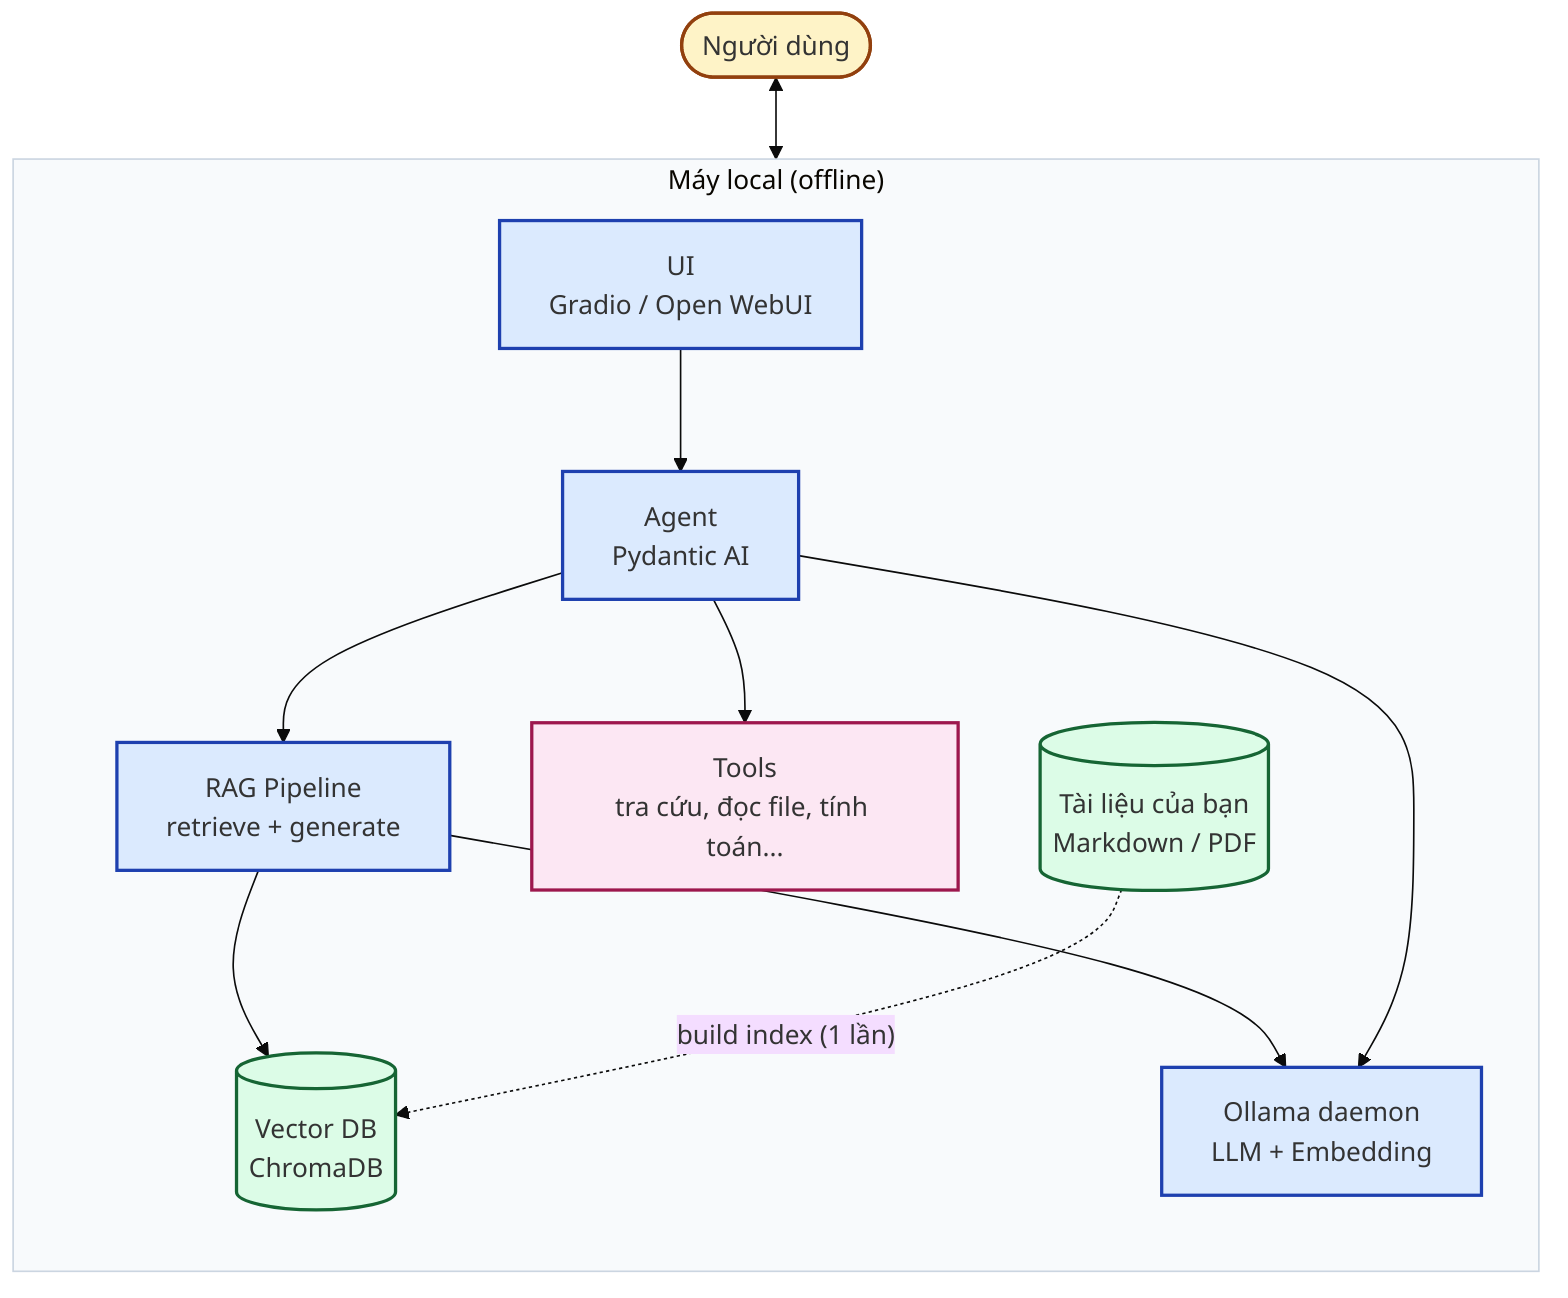
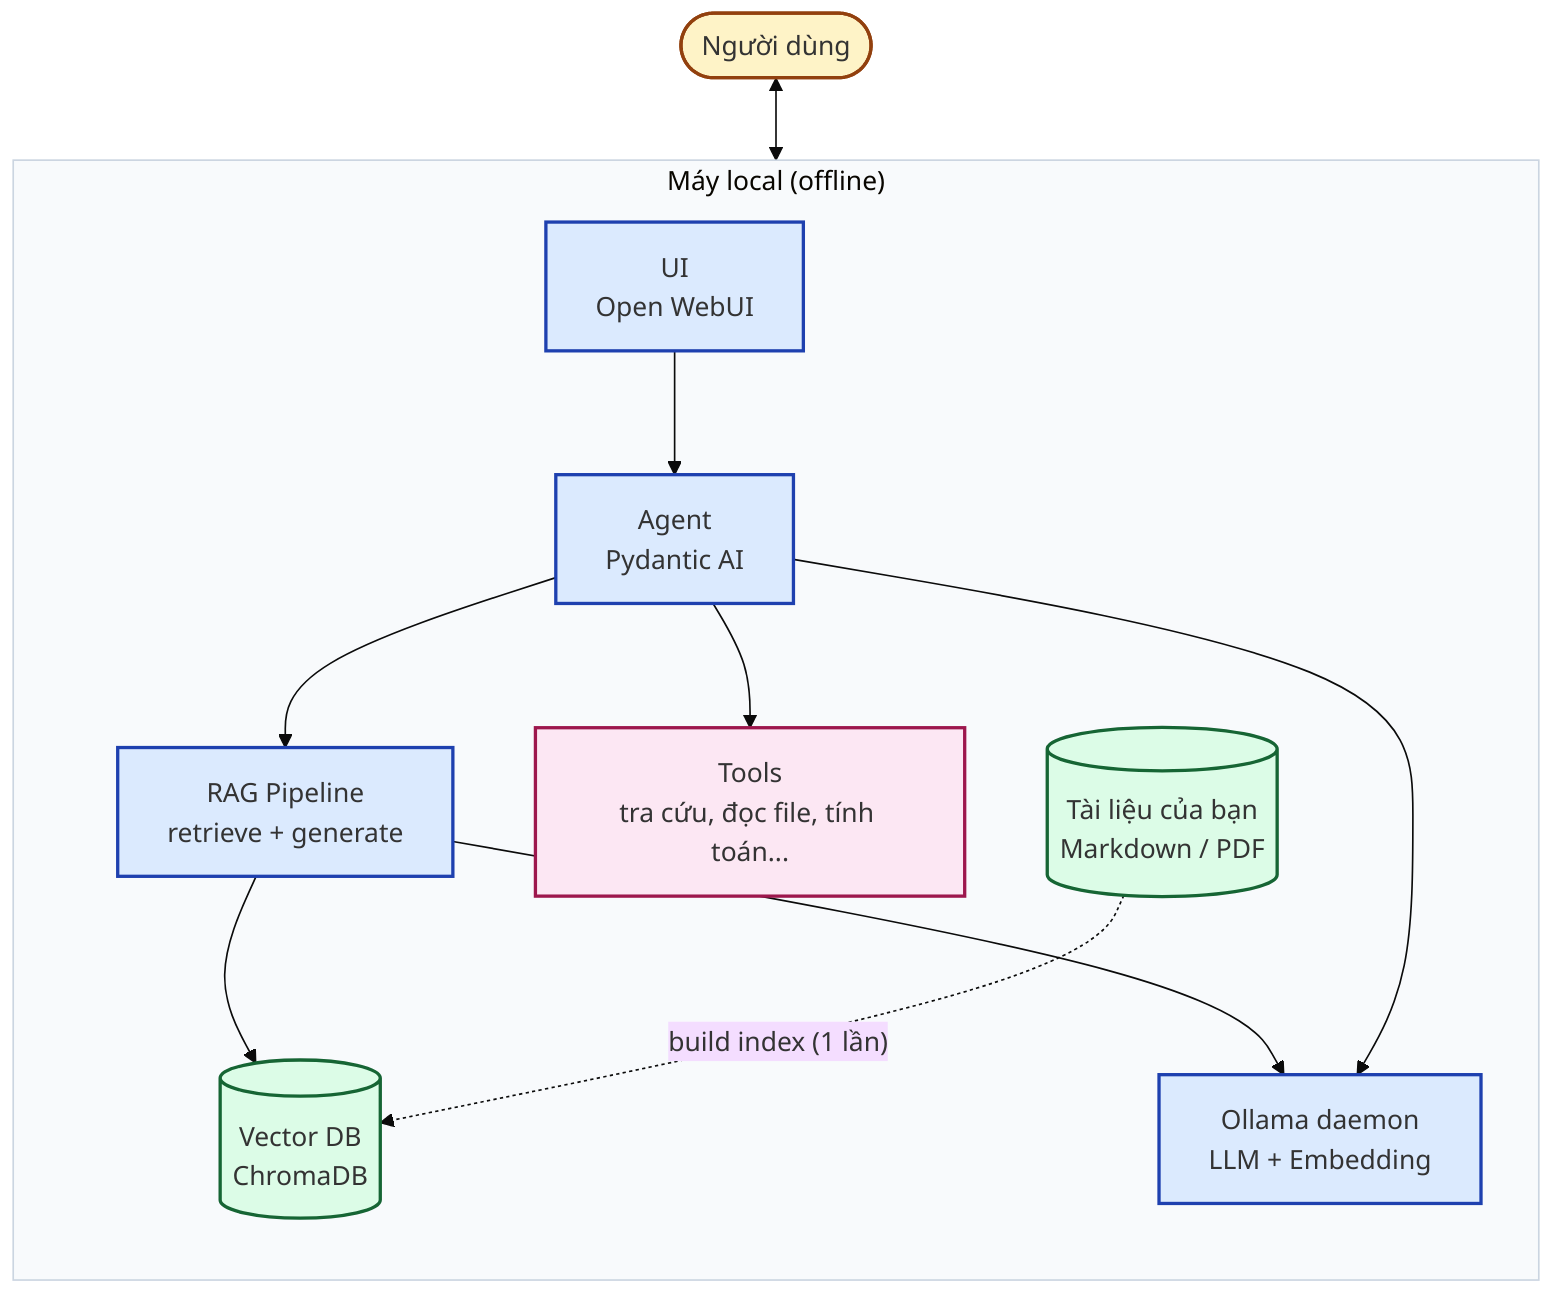
%%{init: {'theme':'base', 'themeVariables': {'fontFamily':'Segoe UI, Arial', 'clusterBkg':'#f8fafc', 'clusterBorder':'#cbd5e1'}}}%%
flowchart TB
    User([Người dùng])

    subgraph Local["Máy local (offline)"]
        direction TB
-         UI["UI<br/>Gradio / Open WebUI"]
+         UI["UI<br/>Open WebUI"]
        Agent["Agent<br/>Pydantic AI"]
        RAG["RAG Pipeline<br/>retrieve + generate"]
        VDB[("Vector DB<br/>ChromaDB")]
        Ollama["Ollama daemon<br/>LLM + Embedding"]
        Tools["Tools<br/>tra cứu, đọc file, tính toán..."]
        Docs[("Tài liệu của bạn<br/>Markdown / PDF")]
    end

    User <--> UI
    UI --> Agent
    Agent --> RAG
    Agent --> Tools
    RAG --> VDB
    RAG --> Ollama
    Agent --> Ollama
    Docs -. "build index (1 lần)" .-> VDB

    classDef userClass fill:#fef3c7,stroke:#92400e,stroke-width:2px
    classDef coreClass fill:#dbeafe,stroke:#1e40af,stroke-width:2px
    classDef storeClass fill:#dcfce7,stroke:#166534,stroke-width:2px
    classDef toolClass fill:#fce7f3,stroke:#9d174d,stroke-width:2px

    class User userClass
    class UI,Agent,RAG,Ollama coreClass
    class VDB,Docs storeClass
    class Tools toolClass
